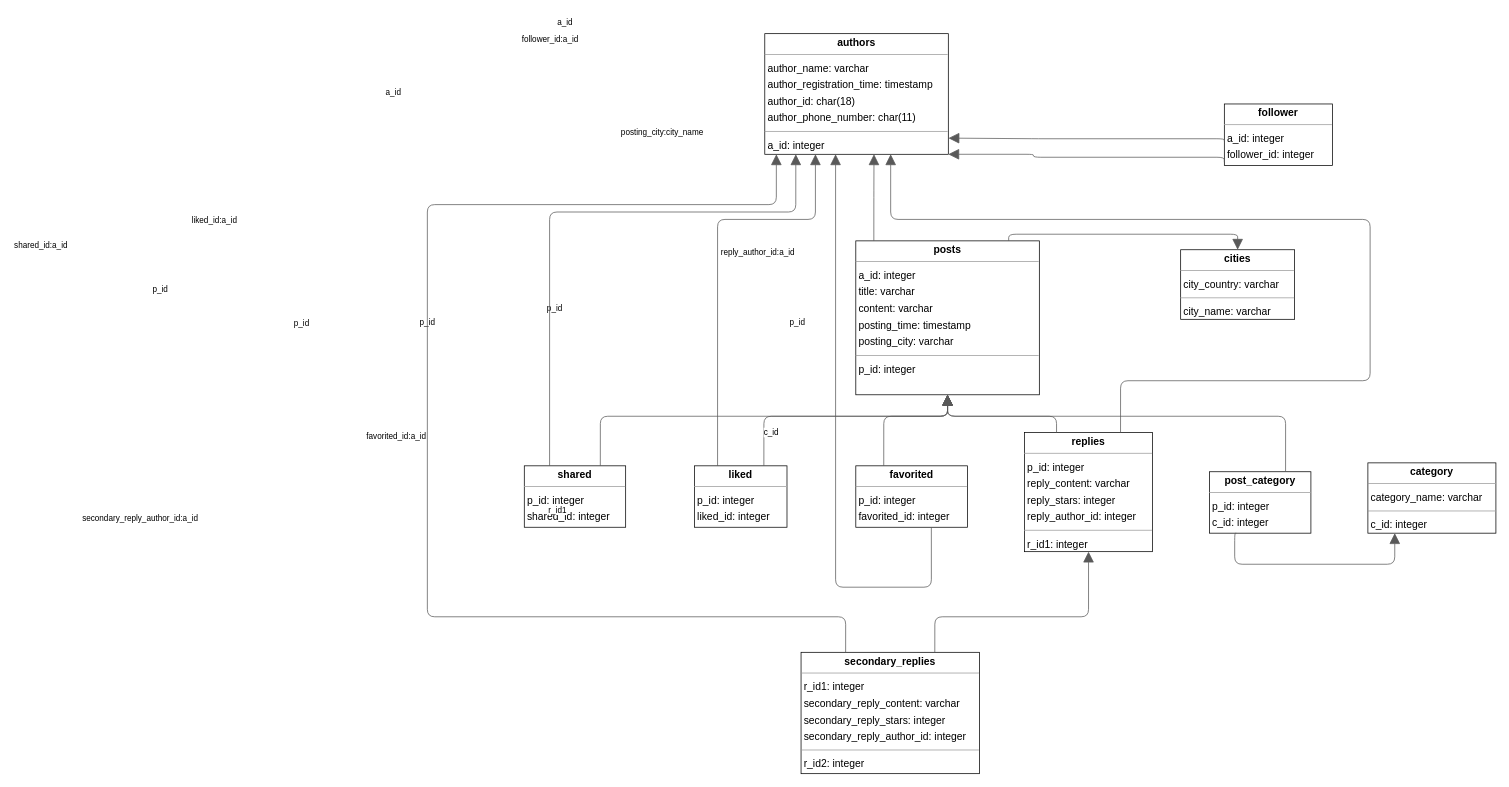
OctCarp/SUSTech_CS307-DB_2023s_Projects keeps this draw.io diagram as Project1_Docs/Project1_Report/img/Project1_DataGrip.drawio. Above is the earlier version. Source tidied: cells renumbered, new cells numbered last; positions are measured from the earlier drawing's top-left corner, leaving out a move shared by most shapes. Both pictures are drawn from the tidied source at 74%, with x=0, y=0 at pixel (427, 33).
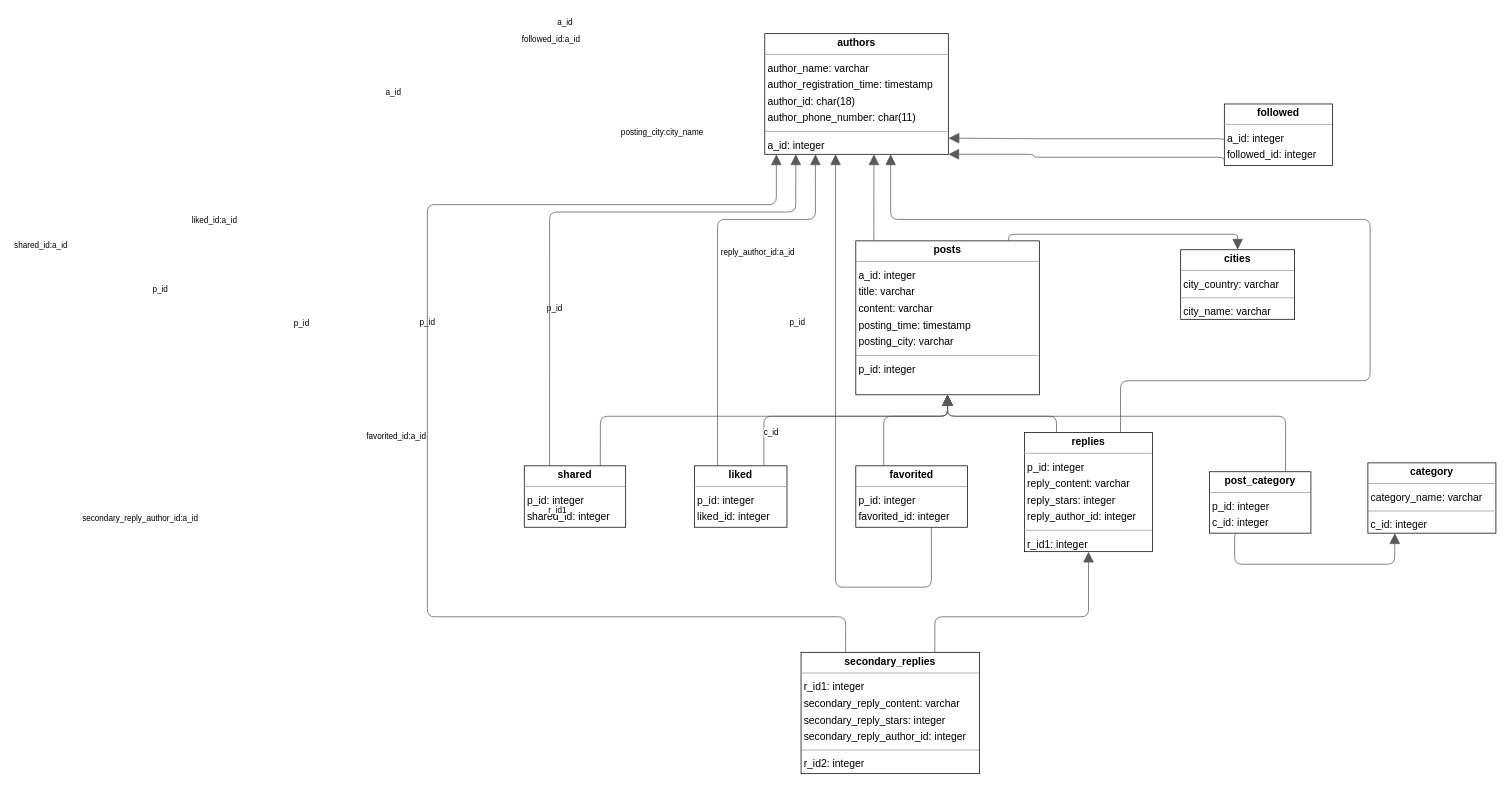
The same diagram, later.

The change refers to these unchanged cells:
```xml
<mxCell id="17" style="html=1;rounded=1;edgeStyle=orthogonalEdgeStyle;dashed=0;startArrow=none;endArrow=block;endSize=12;strokeColor=#595959;exitX=0.017;exitY=0.933;exitDx=0;exitDy=0;entryX=1.000;entryY=1.000;entryDx=0;entryDy=0;" parent="1" edge="1" source="6" target="2">
  <mxGeometry relative="1" as="geometry">
    <Array as="points">
      <mxPoint x="819" y="167" />
      <mxPoint x="819" y="163" />
    </Array>
  </mxGeometry>
</mxCell>
```

The edit, as a diff of the source:
```diff
@@
-    <mxCell id="6" value="&lt;p style=&quot;margin:0px;margin-top:4px;text-align:center;&quot;&gt;&lt;b&gt;follower&lt;/b&gt;&lt;/p&gt;&lt;hr size=&quot;1&quot;/&gt;&lt;p style=&quot;margin:0 0 0 4px;line-height:1.6;&quot;&gt; a_id: integer&lt;br/&gt; follower_id: integer&lt;/p&gt;" style="verticalAlign=top;align=left;overflow=fill;fontSize=14;fontFamily=Helvetica;html=1;rounded=0;shadow=0;comic=0;labelBackgroundColor=none;strokeWidth=1;" parent="1" vertex="1">
+    <mxCell id="6" value="&lt;p style=&quot;margin:0px;margin-top:4px;text-align:center;&quot;&gt;&lt;b&gt;followed&lt;/b&gt;&lt;/p&gt;&lt;hr size=&quot;1&quot;&gt;&lt;p style=&quot;margin:0 0 0 4px;line-height:1.6;&quot;&gt; a_id: integer&lt;br&gt; followed_id: integer&lt;/p&gt;" style="verticalAlign=top;align=left;overflow=fill;fontSize=14;fontFamily=Helvetica;html=1;rounded=0;shadow=0;comic=0;labelBackgroundColor=none;strokeWidth=1;" parent="1" vertex="1">
       <mxGeometry x="1077" y="95" width="146" height="83" as="geometry" />
     </mxCell>
@@
-    <mxCell id="18" value="follower_id:a_id" style="edgeLabel;html=1;align=left;verticalAlign=top;strokeColor=default;" parent="17" vertex="1">
+    <mxCell id="18" value="followed_id:a_id" style="edgeLabel;html=1;align=left;verticalAlign=top;strokeColor=default;" parent="17" vertex="1">
       <mxGeometry x="126" y="-5" as="geometry" />
     </mxCell>
```
